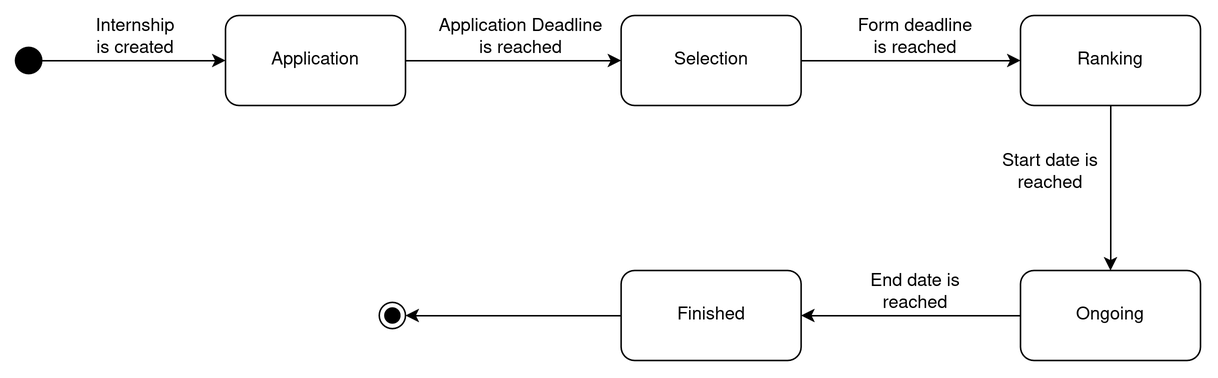
This is RASD/DeliveryFolder/LaTeX/Images/Internship_state_diagram.png from Zero3474/AlkhetiarBonardi, a draw.io export, as it was before one commit. Source tidied: cells renumbered, new cells last; positions are measured from the earlier drawing's top-left corner, leaving out a move shared by most shapes. Source of this version:
```xml
<mxGraphModel>
  <root>
    <mxCell id="0" />
    <mxCell id="1" parent="0" />
    <mxCell id="2" style="edgeStyle=orthogonalEdgeStyle;rounded=0;jettySize=auto;html=1;entryX=0;entryY=0.5;entryDx=0;entryDy=0;exitX=1;exitY=0.5;exitDx=0;exitDy=0;" parent="1" edge="1" source="3" target="5">
      <mxGeometry relative="1" as="geometry" />
    </mxCell>
    <mxCell id="3" style="ellipse;whiteSpace=wrap;html=1;fillColor=#000000;" parent="1" vertex="1">
      <mxGeometry y="22.2" width="17.5" height="17.5" as="geometry" />
    </mxCell>
    <mxCell id="4" style="edgeStyle=orthogonalEdgeStyle;rounded=0;jettySize=auto;html=1;exitX=1;exitY=0.5;exitDx=0;exitDy=0;entryX=0;entryY=0.5;entryDx=0;entryDy=0;" parent="1" edge="1" source="5" target="9">
      <mxGeometry relative="1" as="geometry" />
    </mxCell>
    <mxCell id="5" style="rounded=1;whiteSpace=wrap;html=1;" parent="1" vertex="1">
      <mxGeometry x="140" y="1" width="120" height="60" as="geometry" />
    </mxCell>
    <mxCell id="6" value="Internship is created" style="text;html=1;align=center;verticalAlign=middle;whiteSpace=wrap;rounded=0;" parent="1" vertex="1">
      <mxGeometry x="50" y="1" width="60" height="30" as="geometry" />
    </mxCell>
    <mxCell id="7" value="Application" style="text;html=1;align=center;verticalAlign=middle;whiteSpace=wrap;rounded=0;" parent="1" vertex="1">
      <mxGeometry x="165" y="16" width="70" height="30" as="geometry" />
    </mxCell>
    <mxCell id="8" style="edgeStyle=orthogonalEdgeStyle;rounded=0;jettySize=auto;html=1;exitX=1;exitY=0.5;exitDx=0;exitDy=0;entryX=0;entryY=0.5;entryDx=0;entryDy=0;" parent="1" edge="1" source="9" target="23">
      <mxGeometry relative="1" as="geometry" />
    </mxCell>
    <mxCell id="9" style="rounded=1;whiteSpace=wrap;html=1;" parent="1" vertex="1">
      <mxGeometry x="403.8" y="1" width="120" height="60" as="geometry" />
    </mxCell>
    <mxCell id="10" value="Selection" style="text;html=1;align=center;verticalAlign=middle;whiteSpace=wrap;rounded=0;" parent="1" vertex="1">
      <mxGeometry x="428.8" y="16" width="70" height="30" as="geometry" />
    </mxCell>
    <mxCell id="11" value="Application Deadline is reached" style="text;html=1;align=center;verticalAlign=middle;whiteSpace=wrap;rounded=0;" parent="1" vertex="1">
      <mxGeometry x="280" y="0.4" width="114" height="31.2" as="geometry" />
    </mxCell>
    <mxCell id="12" style="edgeStyle=orthogonalEdgeStyle;rounded=0;jettySize=auto;html=1;exitX=0;exitY=0.5;exitDx=0;exitDy=0;entryX=1;entryY=0.5;entryDx=0;entryDy=0;" parent="1" edge="1" source="13" target="17">
      <mxGeometry relative="1" as="geometry" />
    </mxCell>
    <mxCell id="13" style="rounded=1;whiteSpace=wrap;html=1;" parent="1" vertex="1">
      <mxGeometry x="670" y="171" width="120" height="60" as="geometry" />
    </mxCell>
    <mxCell id="14" value="Ongoing" style="text;html=1;align=center;verticalAlign=middle;whiteSpace=wrap;rounded=0;" parent="1" vertex="1">
      <mxGeometry x="695" y="186" width="70" height="30" as="geometry" />
    </mxCell>
    <mxCell id="15" value="Start date is reached" style="text;html=1;align=center;verticalAlign=middle;whiteSpace=wrap;rounded=0;" parent="1" vertex="1">
      <mxGeometry x="650" y="91" width="80" height="30" as="geometry" />
    </mxCell>
    <mxCell id="16" style="edgeStyle=orthogonalEdgeStyle;rounded=0;jettySize=auto;html=1;exitX=0;exitY=0.5;exitDx=0;exitDy=0;entryX=1;entryY=0.5;entryDx=0;entryDy=0;" parent="1" edge="1" source="17" target="21">
      <mxGeometry relative="1" as="geometry" />
    </mxCell>
    <mxCell id="17" style="rounded=1;whiteSpace=wrap;html=1;" parent="1" vertex="1">
      <mxGeometry x="403.8" y="171" width="120" height="60" as="geometry" />
    </mxCell>
    <mxCell id="18" value="Finished" style="text;html=1;align=center;verticalAlign=middle;whiteSpace=wrap;rounded=0;" parent="1" vertex="1">
      <mxGeometry x="428.8" y="186" width="70" height="30" as="geometry" />
    </mxCell>
    <mxCell id="19" value="End date is reached" style="text;html=1;align=center;verticalAlign=middle;whiteSpace=wrap;rounded=0;" parent="1" vertex="1">
      <mxGeometry x="560" y="171" width="80" height="30" as="geometry" />
    </mxCell>
    <mxCell id="20" style="ellipse;whiteSpace=wrap;html=1;fillColor=#000000;" parent="1" vertex="1">
      <mxGeometry x="246.2" y="196" width="10" height="10" as="geometry" />
    </mxCell>
    <mxCell id="21" style="ellipse;whiteSpace=wrap;html=1;fillColor=none;" parent="1" vertex="1">
      <mxGeometry x="242.5" y="192.2" width="17.5" height="17.5" as="geometry" />
    </mxCell>
    <mxCell id="22" style="edgeStyle=orthogonalEdgeStyle;rounded=0;jettySize=auto;html=1;exitX=0.5;exitY=1;exitDx=0;exitDy=0;entryX=0.5;entryY=0;entryDx=0;entryDy=0;" parent="1" edge="1" source="23" target="13">
      <mxGeometry relative="1" as="geometry" />
    </mxCell>
    <mxCell id="23" style="rounded=1;whiteSpace=wrap;html=1;" parent="1" vertex="1">
      <mxGeometry x="670" y="1" width="120" height="60" as="geometry" />
    </mxCell>
    <mxCell id="24" value="Ranking" style="text;html=1;align=center;verticalAlign=middle;whiteSpace=wrap;rounded=0;" parent="1" vertex="1">
      <mxGeometry x="695" y="16" width="70" height="30" as="geometry" />
    </mxCell>
    <mxCell id="25" value="Form deadline is reached" style="text;html=1;align=center;verticalAlign=middle;whiteSpace=wrap;rounded=0;" parent="1" vertex="1">
      <mxGeometry x="560" y="1" width="80" height="30" as="geometry" />
    </mxCell>
  </root>
</mxGraphModel>
```
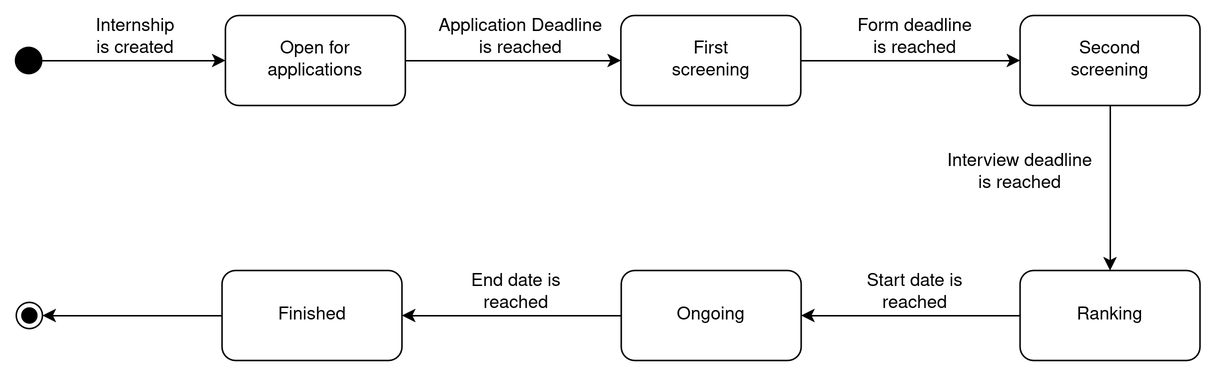
The same diagram one commit later.

What changed in the source:
```diff
@@ -17,7 +17,7 @@
     <mxCell id="6" value="Internship is created" style="text;html=1;align=center;verticalAlign=middle;whiteSpace=wrap;rounded=0;" parent="1" vertex="1">
       <mxGeometry x="50" y="1" width="60" height="30" as="geometry" />
     </mxCell>
-    <mxCell id="7" value="Application" style="text;html=1;align=center;verticalAlign=middle;whiteSpace=wrap;rounded=0;" parent="1" vertex="1">
+    <mxCell id="7" value="Open for applications" style="text;html=1;align=center;verticalAlign=middle;whiteSpace=wrap;rounded=0;" parent="1" vertex="1">
       <mxGeometry x="165" y="16" width="70" height="30" as="geometry" />
     </mxCell>
     <mxCell id="8" style="edgeStyle=orthogonalEdgeStyle;rounded=0;jettySize=auto;html=1;exitX=1;exitY=0.5;exitDx=0;exitDy=0;entryX=0;entryY=0.5;entryDx=0;entryDy=0;" parent="1" edge="1" source="9" target="23">
@@ -26,7 +26,7 @@
     <mxCell id="9" style="rounded=1;whiteSpace=wrap;html=1;" parent="1" vertex="1">
       <mxGeometry x="403.8" y="1" width="120" height="60" as="geometry" />
     </mxCell>
-    <mxCell id="10" value="Selection" style="text;html=1;align=center;verticalAlign=middle;whiteSpace=wrap;rounded=0;" parent="1" vertex="1">
+    <mxCell id="10" value="First screening" style="text;html=1;align=center;verticalAlign=middle;whiteSpace=wrap;rounded=0;" parent="1" vertex="1">
       <mxGeometry x="428.8" y="16" width="70" height="30" as="geometry" />
     </mxCell>
     <mxCell id="11" value="Application Deadline is reached" style="text;html=1;align=center;verticalAlign=middle;whiteSpace=wrap;rounded=0;" parent="1" vertex="1">
@@ -36,43 +36,55 @@
       <mxGeometry relative="1" as="geometry" />
     </mxCell>
     <mxCell id="13" style="rounded=1;whiteSpace=wrap;html=1;" parent="1" vertex="1">
-      <mxGeometry x="670" y="171" width="120" height="60" as="geometry" />
+      <mxGeometry x="404" y="171" width="120" height="60" as="geometry" />
     </mxCell>
     <mxCell id="14" value="Ongoing" style="text;html=1;align=center;verticalAlign=middle;whiteSpace=wrap;rounded=0;" parent="1" vertex="1">
-      <mxGeometry x="695" y="186" width="70" height="30" as="geometry" />
+      <mxGeometry x="429" y="186" width="70" height="30" as="geometry" />
     </mxCell>
     <mxCell id="15" value="Start date is reached" style="text;html=1;align=center;verticalAlign=middle;whiteSpace=wrap;rounded=0;" parent="1" vertex="1">
-      <mxGeometry x="650" y="91" width="80" height="30" as="geometry" />
+      <mxGeometry x="560" y="171" width="80" height="30" as="geometry" />
     </mxCell>
     <mxCell id="16" style="edgeStyle=orthogonalEdgeStyle;rounded=0;jettySize=auto;html=1;exitX=0;exitY=0.5;exitDx=0;exitDy=0;entryX=1;entryY=0.5;entryDx=0;entryDy=0;" parent="1" edge="1" source="17" target="21">
       <mxGeometry relative="1" as="geometry" />
     </mxCell>
     <mxCell id="17" style="rounded=1;whiteSpace=wrap;html=1;" parent="1" vertex="1">
-      <mxGeometry x="403.8" y="171" width="120" height="60" as="geometry" />
+      <mxGeometry x="137.8" y="171" width="120" height="60" as="geometry" />
     </mxCell>
     <mxCell id="18" value="Finished" style="text;html=1;align=center;verticalAlign=middle;whiteSpace=wrap;rounded=0;" parent="1" vertex="1">
-      <mxGeometry x="428.8" y="186" width="70" height="30" as="geometry" />
+      <mxGeometry x="162.8" y="186" width="70" height="30" as="geometry" />
     </mxCell>
     <mxCell id="19" value="End date is reached" style="text;html=1;align=center;verticalAlign=middle;whiteSpace=wrap;rounded=0;" parent="1" vertex="1">
-      <mxGeometry x="560" y="171" width="80" height="30" as="geometry" />
+      <mxGeometry x="294" y="171" width="80" height="30" as="geometry" />
     </mxCell>
     <mxCell id="20" style="ellipse;whiteSpace=wrap;html=1;fillColor=#000000;" parent="1" vertex="1">
-      <mxGeometry x="246.2" y="196" width="10" height="10" as="geometry" />
+      <mxGeometry x="4.2" y="196" width="10" height="10" as="geometry" />
     </mxCell>
     <mxCell id="21" style="ellipse;whiteSpace=wrap;html=1;fillColor=none;" parent="1" vertex="1">
-      <mxGeometry x="242.5" y="192.2" width="17.5" height="17.5" as="geometry" />
+      <mxGeometry x="0.5" y="192.2" width="17.5" height="17.5" as="geometry" />
     </mxCell>
-    <mxCell id="22" style="edgeStyle=orthogonalEdgeStyle;rounded=0;jettySize=auto;html=1;exitX=0.5;exitY=1;exitDx=0;exitDy=0;entryX=0.5;entryY=0;entryDx=0;entryDy=0;" parent="1" edge="1" source="23" target="13">
-      <mxGeometry relative="1" as="geometry" />
-    </mxCell>
+    <mxCell id="26" style="edgeStyle=orthogonalEdgeStyle;rounded=0;jettySize=auto;html=1;exitX=0.5;exitY=1;exitDx=0;exitDy=0;entryX=0.5;entryY=0;entryDx=0;entryDy=0;" parent="1" edge="1" source="23" target="28">
+      <mxGeometry relative="1" as="geometry" />
+    </mxCell>
     <mxCell id="23" style="rounded=1;whiteSpace=wrap;html=1;" parent="1" vertex="1">
       <mxGeometry x="670" y="1" width="120" height="60" as="geometry" />
     </mxCell>
-    <mxCell id="24" value="Ranking" style="text;html=1;align=center;verticalAlign=middle;whiteSpace=wrap;rounded=0;" parent="1" vertex="1">
+    <mxCell id="24" value="Second screening" style="text;html=1;align=center;verticalAlign=middle;whiteSpace=wrap;rounded=0;" parent="1" vertex="1">
       <mxGeometry x="695" y="16" width="70" height="30" as="geometry" />
     </mxCell>
     <mxCell id="25" value="Form deadline is reached" style="text;html=1;align=center;verticalAlign=middle;whiteSpace=wrap;rounded=0;" parent="1" vertex="1">
       <mxGeometry x="560" y="1" width="80" height="30" as="geometry" />
     </mxCell>
+    <mxCell id="27" style="edgeStyle=orthogonalEdgeStyle;rounded=0;jettySize=auto;html=1;exitX=0;exitY=0.5;exitDx=0;exitDy=0;entryX=1;entryY=0.5;entryDx=0;entryDy=0;" parent="1" edge="1" source="28" target="13">
+      <mxGeometry relative="1" as="geometry" />
+    </mxCell>
+    <mxCell id="28" style="rounded=1;whiteSpace=wrap;html=1;" parent="1" vertex="1">
+      <mxGeometry x="670" y="171" width="120" height="60" as="geometry" />
+    </mxCell>
+    <mxCell id="29" value="Ranking" style="text;html=1;align=center;verticalAlign=middle;whiteSpace=wrap;rounded=0;" parent="1" vertex="1">
+      <mxGeometry x="695" y="186" width="70" height="30" as="geometry" />
+    </mxCell>
+    <mxCell id="30" value="Interview deadline is reached" style="text;html=1;align=center;verticalAlign=middle;whiteSpace=wrap;rounded=0;" parent="1" vertex="1">
+      <mxGeometry x="620" y="91" width="100" height="30" as="geometry" />
+    </mxCell>
   </root>
 </mxGraphModel>
```
